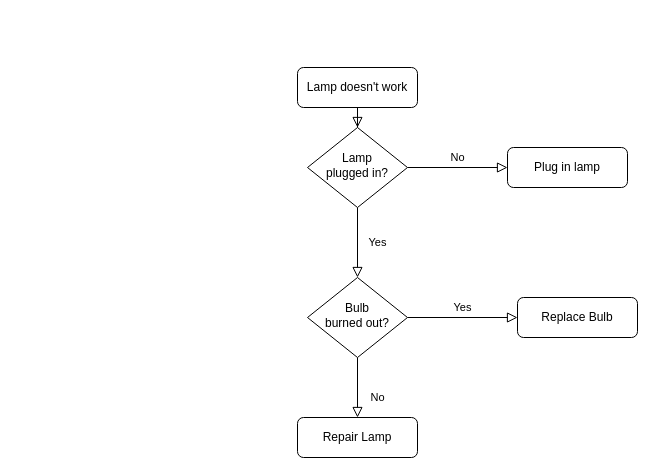
This is Untitled Diagram.drawio from afirdaus04/REACHflowchart, a draw.io file, before an edit. Source tidied: cells renumbered, new cells numbered last; positions are measured from the earlier drawing's top-left corner, leaving out a move shared by most shapes. Both pictures are drawn from the tidied source at 100%, with x=0, y=0 at pixel (297, 67).
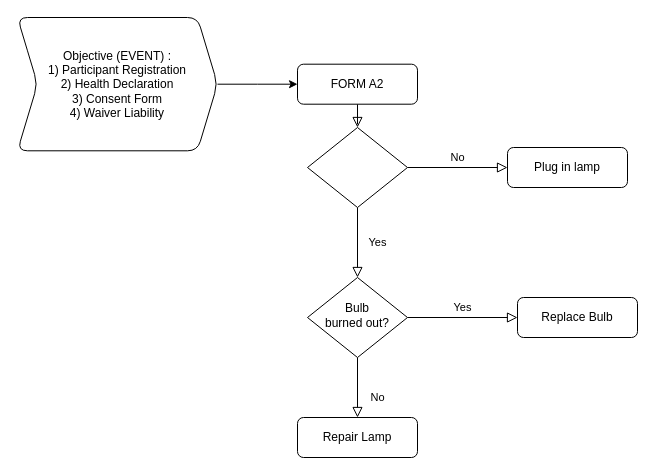
The same diagram, later.

Diff of the diagram source:
```diff
@@
 <mxGraphModel>
   <root>
     <mxCell id="0" />
     <mxCell id="1" parent="0" />
     <mxCell id="2" style="rounded=0;html=1;jettySize=auto;fontSize=11;endArrow=block;endFill=0;endSize=8;strokeWidth=1;shadow=0;labelBackgroundColor=none;edgeStyle=orthogonalEdgeStyle;" parent="1" edge="1" source="3" target="6">
       <mxGeometry relative="1" as="geometry" />
     </mxCell>
-    <mxCell id="3" value="Lamp doesn't work" style="rounded=1;whiteSpace=wrap;html=1;fontSize=12;glass=0;strokeWidth=1;shadow=0;" parent="1" vertex="1">
-      <mxGeometry width="120" height="40" as="geometry" />
+    <mxCell id="3" value="FORM A2" style="rounded=1;whiteSpace=wrap;html=1;fontSize=12;glass=0;strokeWidth=1;shadow=0;" parent="1" vertex="1">
+      <mxGeometry y="-3.3" width="120" height="40" as="geometry" />
     </mxCell>
     <mxCell id="4" value="Yes" style="rounded=0;html=1;jettySize=auto;fontSize=11;endArrow=block;endFill=0;endSize=8;strokeWidth=1;shadow=0;labelBackgroundColor=none;edgeStyle=orthogonalEdgeStyle;" parent="1" edge="1" source="6" target="10">
       <mxGeometry y="20" relative="1" as="geometry" />
     </mxCell>
     <mxCell id="5" value="No" style="edgeStyle=orthogonalEdgeStyle;rounded=0;html=1;jettySize=auto;fontSize=11;endArrow=block;endFill=0;endSize=8;strokeWidth=1;shadow=0;labelBackgroundColor=none;" parent="1" edge="1" source="6" target="7">
       <mxGeometry y="10" relative="1" as="geometry" />
     </mxCell>
-    <mxCell id="6" value="Lamp&lt;br&gt;plugged in?" style="rhombus;whiteSpace=wrap;html=1;shadow=0;fontFamily=Helvetica;fontSize=12;align=center;strokeWidth=1;spacing=6;spacingTop=-4;" parent="1" vertex="1">
+    <mxCell id="6" style="rhombus;whiteSpace=wrap;html=1;shadow=0;fontFamily=Helvetica;fontSize=12;align=center;strokeWidth=1;spacing=6;spacingTop=-4;" parent="1" vertex="1">
       <mxGeometry x="10" y="60" width="100" height="80" as="geometry" />
     </mxCell>
     <mxCell id="7" value="Plug in lamp" style="rounded=1;whiteSpace=wrap;html=1;fontSize=12;glass=0;strokeWidth=1;shadow=0;" parent="1" vertex="1">
       <mxGeometry x="210" y="80" width="120" height="40" as="geometry" />
     </mxCell>
     <mxCell id="8" value="No" style="rounded=0;html=1;jettySize=auto;fontSize=11;endArrow=block;endFill=0;endSize=8;strokeWidth=1;shadow=0;labelBackgroundColor=none;edgeStyle=orthogonalEdgeStyle;" parent="1" edge="1" source="10" target="11">
       <mxGeometry x="0.33" y="20" relative="1" as="geometry" />
     </mxCell>
     <mxCell id="9" value="Yes" style="edgeStyle=orthogonalEdgeStyle;rounded=0;html=1;jettySize=auto;fontSize=11;endArrow=block;endFill=0;endSize=8;strokeWidth=1;shadow=0;labelBackgroundColor=none;" parent="1" edge="1" source="10" target="12">
       <mxGeometry y="10" relative="1" as="geometry" />
     </mxCell>
     <mxCell id="10" value="Bulb&lt;br&gt;burned out?" style="rhombus;whiteSpace=wrap;html=1;shadow=0;fontFamily=Helvetica;fontSize=12;align=center;strokeWidth=1;spacing=6;spacingTop=-4;" parent="1" vertex="1">
       <mxGeometry x="10" y="210" width="100" height="80" as="geometry" />
     </mxCell>
     <mxCell id="11" value="Repair Lamp" style="rounded=1;whiteSpace=wrap;html=1;fontSize=12;glass=0;strokeWidth=1;shadow=0;" parent="1" vertex="1">
       <mxGeometry y="350" width="120" height="40" as="geometry" />
     </mxCell>
     <mxCell id="12" value="Replace Bulb" style="rounded=1;whiteSpace=wrap;html=1;fontSize=12;glass=0;strokeWidth=1;shadow=0;" parent="1" vertex="1">
       <mxGeometry x="220" y="230" width="120" height="40" as="geometry" />
     </mxCell>
+    <mxCell id="13" style="edgeStyle=orthogonalEdgeStyle;rounded=0;jettySize=auto;html=1;" parent="1" edge="1" source="14" target="3">
+      <mxGeometry relative="1" as="geometry" />
+    </mxCell>
+    <mxCell id="14" value="Objective (EVENT) :&lt;br&gt;1) Participant Registration&lt;br&gt;2) Health Declaration&lt;br&gt;3) Consent Form&lt;br&gt;4) Waiver Liability" style="shape=step;perimeter=stepPerimeter;whiteSpace=wrap;html=1;fixedSize=1;rounded=1;glass=0;strokeWidth=1;shadow=0;" parent="1" vertex="1">
+      <mxGeometry x="-280" y="-50" width="200" height="133.3" as="geometry" />
+    </mxCell>
   </root>
 </mxGraphModel>
```
